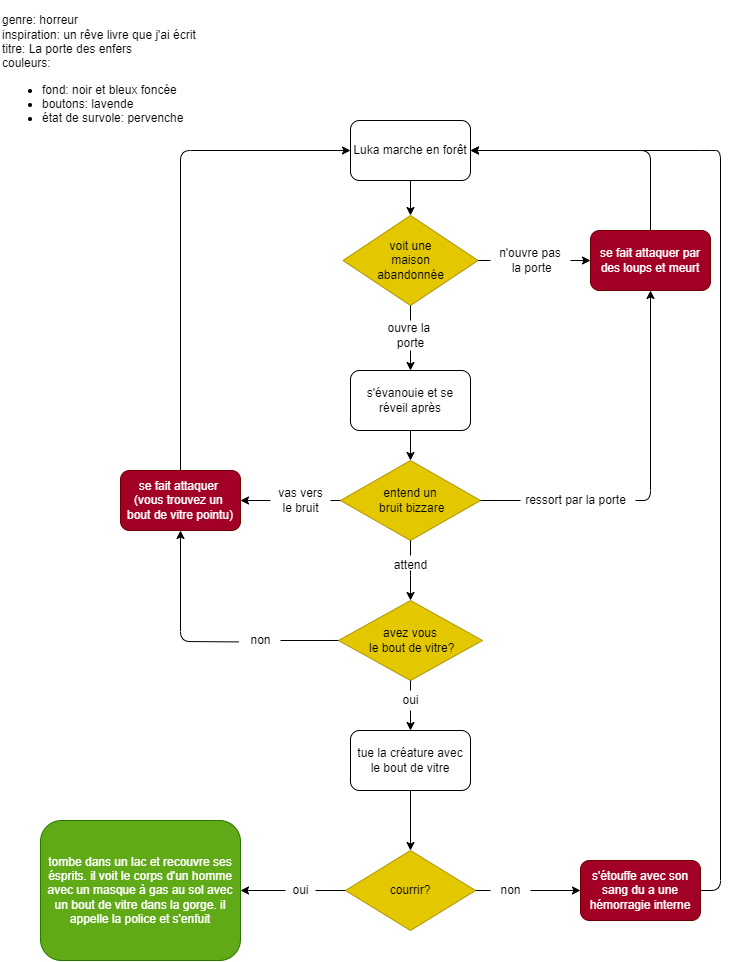
Before: boustany_jessica_vous-etes-le-heros_582-324MO/assets/synospsis.png, a diagram exported from draw.io (jessybous/vous-etes-le-heros). Source tidied: cells renumbered, new cells last; positions are measured from the earlier drawing's top-left corner, leaving out a move shared by most shapes.
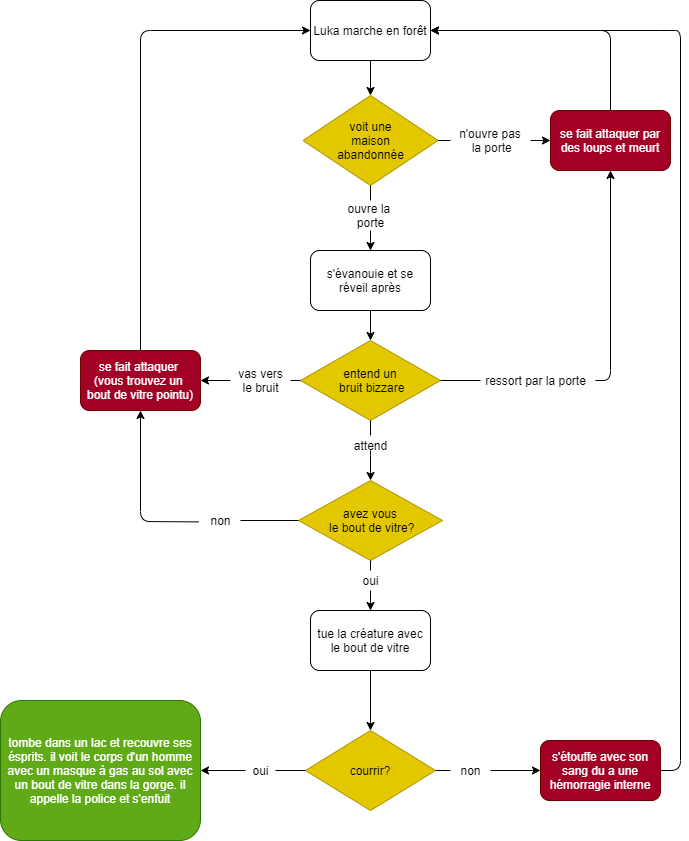
After the change.

What changed in the source:
```diff
@@ -2,9 +2,6 @@
   <root>
     <mxCell id="0" />
     <mxCell id="1" value="Arrière-plan" parent="0" />
-    <mxCell id="2" value="genre: horreur&lt;br&gt;inspiration: un rêve livre que j'ai écrit&lt;br&gt;titre: La porte des enfers&lt;br&gt;couleurs:&amp;nbsp;&lt;br&gt;&lt;ul&gt;&lt;li&gt;fond: noir et bleux foncée&lt;/li&gt;&lt;li&gt;boutons: lavende&lt;/li&gt;&lt;li&gt;état de survole: pervenche&lt;/li&gt;&lt;/ul&gt;" style="text;html=1;align=left;verticalAlign=middle;strokeColor=none;fillColor=none;" parent="1" vertex="1">
-      <mxGeometry width="210" height="150" as="geometry" />
-    </mxCell>
     <mxCell id="3" style="edgeStyle=none;html=1;" parent="1" edge="1" source="4" target="7">
       <mxGeometry relative="1" as="geometry" />
     </mxCell>
```
